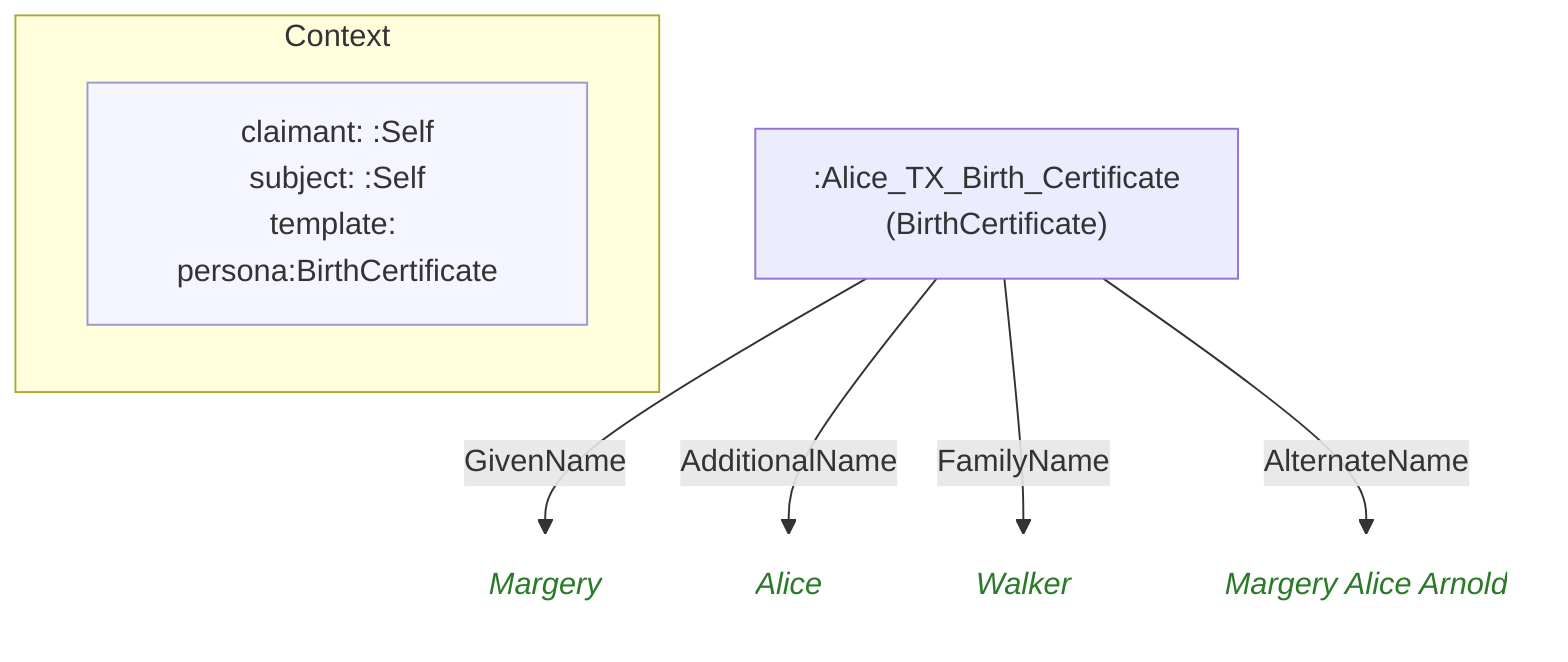
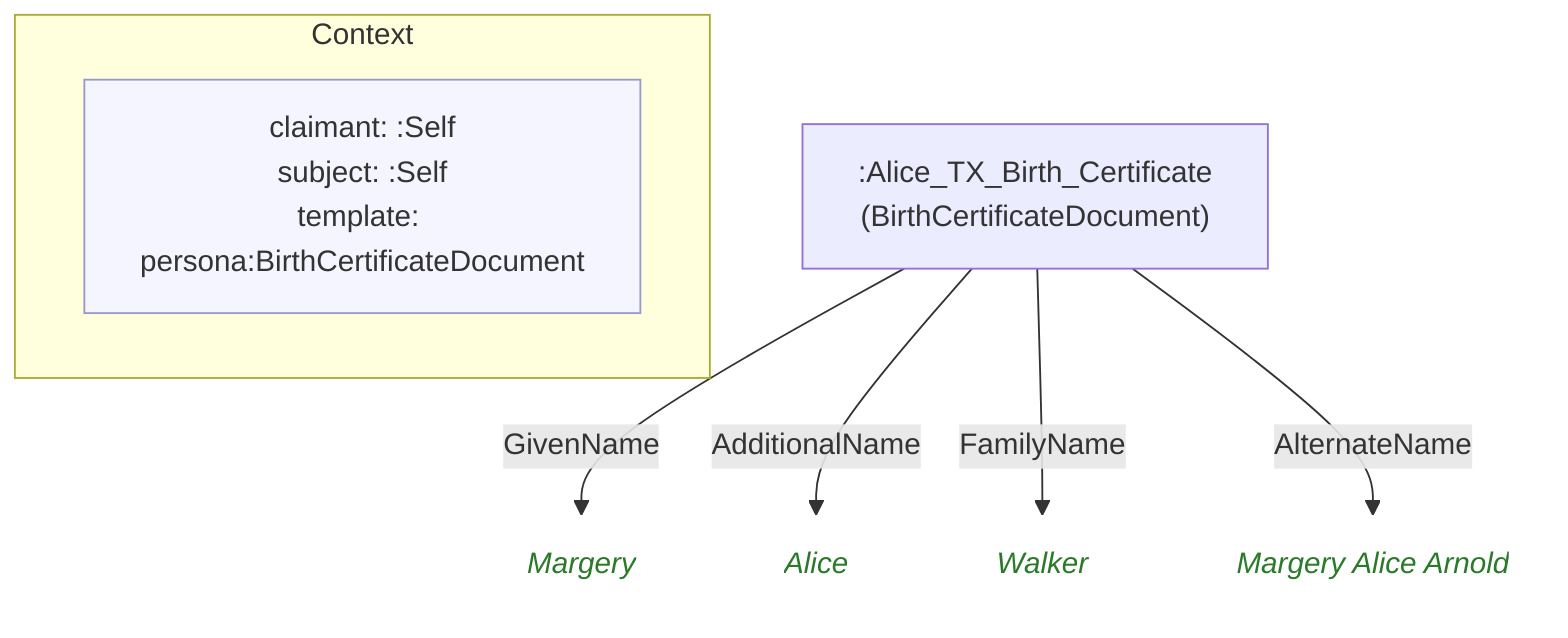
flowchart TD
    classDef person fill:#fffacd,stroke:#aaa,color:#333
    classDef grp    fill:#d4edda,stroke:#aaa,color:#333
    classDef org    fill:#cce5ff,stroke:#aaa,color:#333
    classDef lit    fill:none,stroke:none,font-style:italic,color:#2a7a2a
    classDef meta   fill:#f5f5ff,stroke:#9999cc,color:#333

    subgraph ctx["Context"]
        direction LR
-         ctx_meta["claimant: :Self\nsubject: :Self\ntemplate: persona:BirthCertificate"]:::meta
+         ctx_meta["claimant: :Self\nsubject: :Self\ntemplate: persona:BirthCertificateDocument"]:::meta
    end

-     n0b5b9e968f7f[":Alice_TX_Birth_Certificate\n(BirthCertificate)"]
-     n93b23dcb4b9b("Margery"):::lit
-     nd64f55e03862("Alice"):::lit
-     nc63e915515fb("Walker"):::lit
-     nfb2f8655e3c4("Margery Alice Arnold"):::lit
+     n0b5b9e968f7f[":Alice_TX_Birth_Certificate\n(BirthCertificateDocument)"]
+     n4879ef2d7f1c("Margery"):::lit
+     n73244479d62a("Alice"):::lit
+     n763fa3da6476("Walker"):::lit
+     n8ac02dedb6c9("Margery Alice Arnold"):::lit

-     n0b5b9e968f7f -->|"GivenName"| n93b23dcb4b9b
-     n0b5b9e968f7f -->|"AdditionalName"| nd64f55e03862
-     n0b5b9e968f7f -->|"FamilyName"| nc63e915515fb
-     n0b5b9e968f7f -->|"AlternateName"| nfb2f8655e3c4
+     n0b5b9e968f7f -->|"GivenName"| n4879ef2d7f1c
+     n0b5b9e968f7f -->|"AdditionalName"| n73244479d62a
+     n0b5b9e968f7f -->|"FamilyName"| n763fa3da6476
+     n0b5b9e968f7f -->|"AlternateName"| n8ac02dedb6c9
